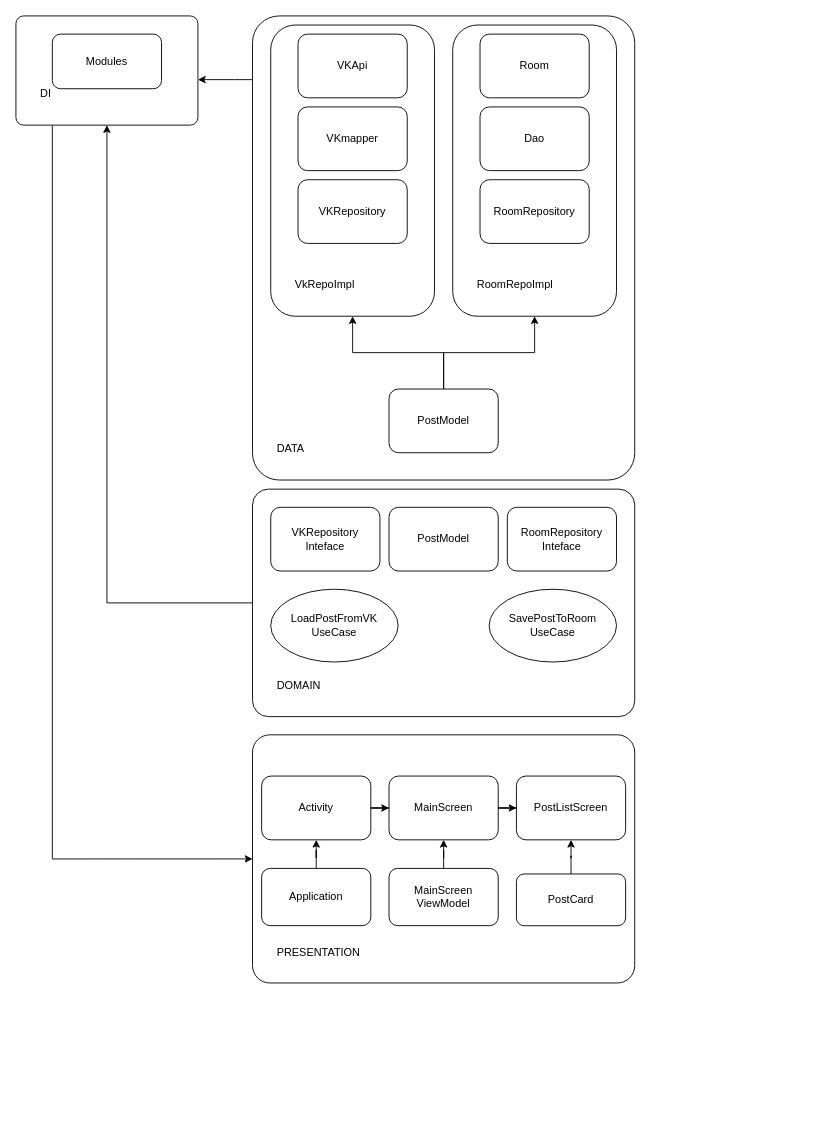
simakover/PostScan keeps this draw.io diagram as PostScan.drawio. Above is the earlier version. Source tidied: cells renumbered, new cells numbered last; positions are measured from the earlier drawing's top-left corner, leaving out a move shared by most shapes. Both pictures are drawn from the tidied source at 91%, with x=0, y=0 at pixel (15, 15).
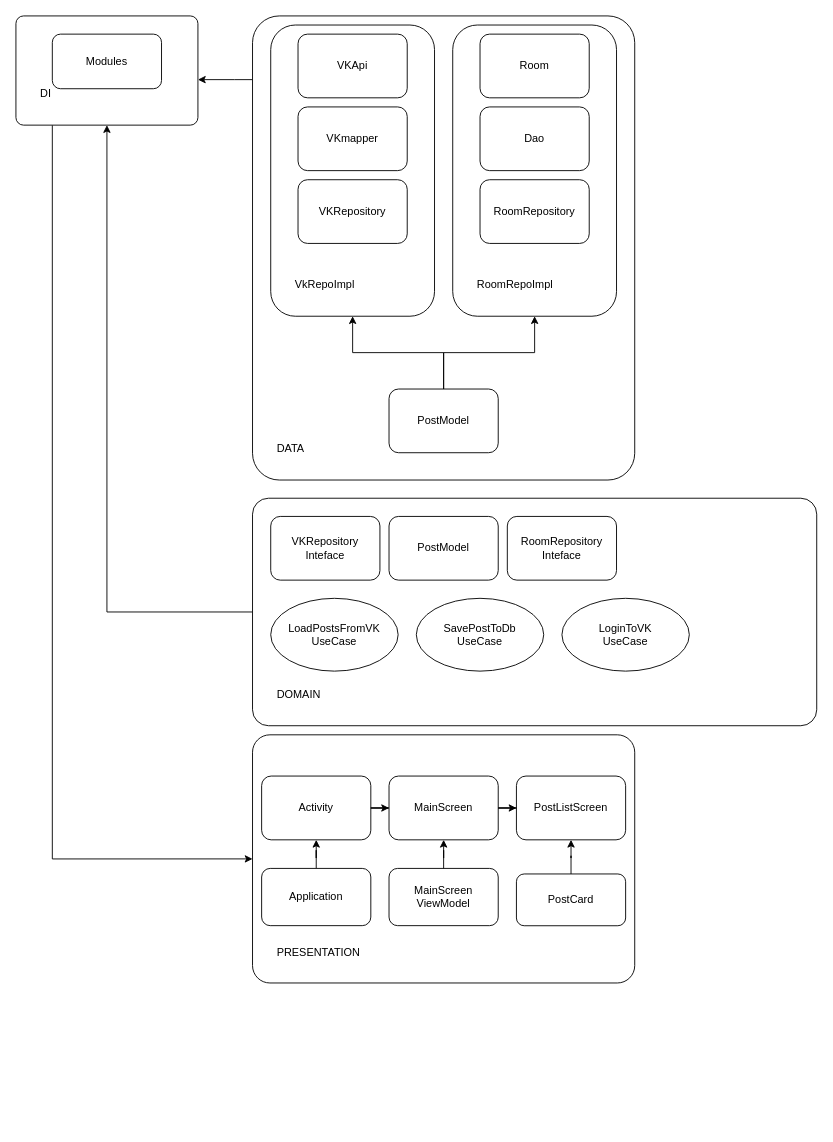
After the change.

Diff of the diagram source:
```diff
@@
     <mxCell id="23" style="group;" parent="1" vertex="1">
-      <mxGeometry x="260" y="520" width="420" height="250" as="geometry" />
+      <mxGeometry x="260" y="530" width="620" height="250" as="geometry" />
     </mxCell>
     <mxCell id="24" value="DOMAIN" style="rounded=1;whiteSpace=wrap;html=1;align=left;spacingLeft=25;verticalAlign=bottom;spacingBottom=25;arcSize=7;strokeColor=default;fontFamily=Helvetica;fontSize=12;fontColor=default;fillColor=default;" parent="23" vertex="1">
-      <mxGeometry width="420" height="250" as="geometry" />
+      <mxGeometry width="620" height="250" as="geometry" />
     </mxCell>
@@
-    <mxCell id="26" value="LoadPostFromVK&lt;div&gt;UseCase&lt;/div&gt;" style="ellipse;whiteSpace=wrap;html=1;" parent="23" vertex="1">
+    <mxCell id="26" value="LoadPostsFromVK&lt;div&gt;UseCase&lt;/div&gt;" style="ellipse;whiteSpace=wrap;html=1;" parent="23" vertex="1">
       <mxGeometry x="20" y="110" width="140" height="80" as="geometry" />
     </mxCell>
@@
-    <mxCell id="29" value="SavePostToRoom&lt;div&gt;UseCase&lt;/div&gt;" style="ellipse;whiteSpace=wrap;html=1;" parent="23" vertex="1">
-      <mxGeometry x="260" y="110" width="140" height="80" as="geometry" />
+    <mxCell id="29" value="LoginToVK&lt;div&gt;UseCase&lt;/div&gt;" style="ellipse;whiteSpace=wrap;html=1;" parent="23" vertex="1">
+      <mxGeometry x="340" y="110" width="140" height="80" as="geometry" />
     </mxCell>
+    <mxCell id="43" value="SavePostToDb&lt;div&gt;UseCase&lt;/div&gt;" style="ellipse;whiteSpace=wrap;html=1;" parent="23" vertex="1">
+      <mxGeometry x="180" y="110" width="140" height="80" as="geometry" />
+    </mxCell>
```
